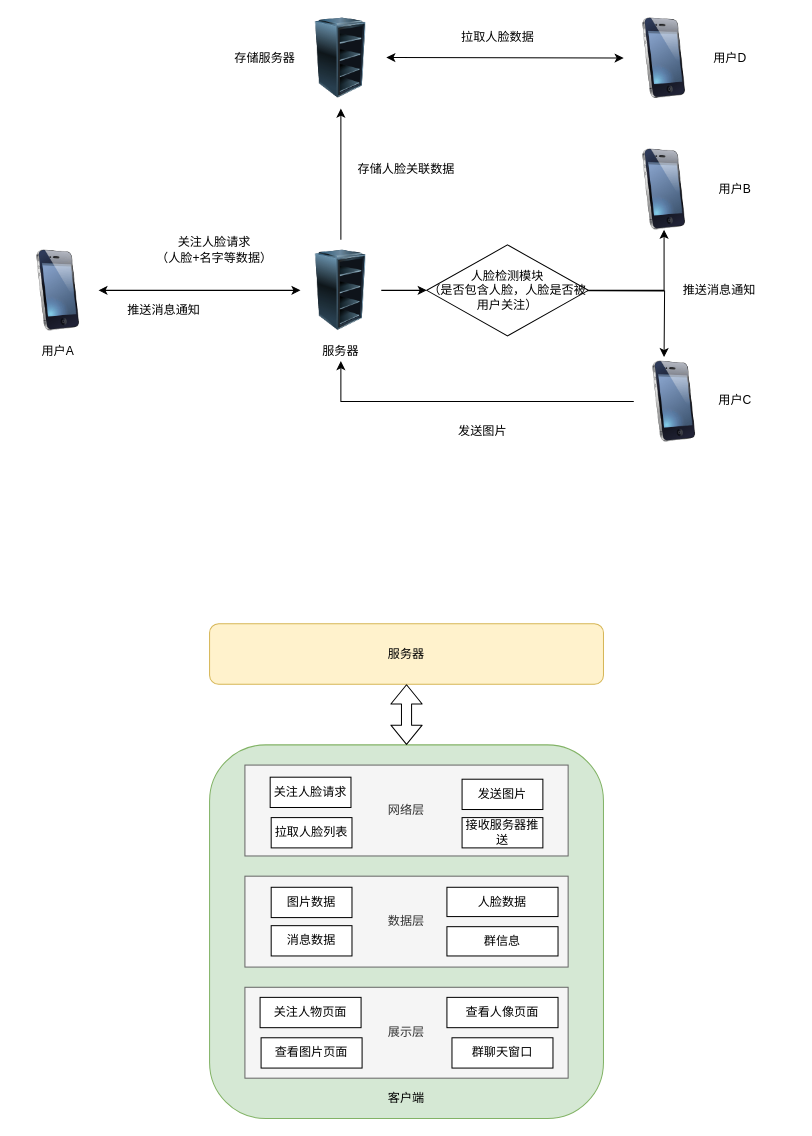
Earlier version of the draw.io diagram page "Page-6" (6 of 7) of Untitled Diagram.drawio (wind1096471134/Brainstorming). Source tidied: cells renumbered, new cells numbered last; positions are measured from the earlier drawing's top-left corner, leaving out a move shared by most shapes. Both pictures are drawn from the tidied source at 101%, with x=0, y=0 at pixel (17, 17).
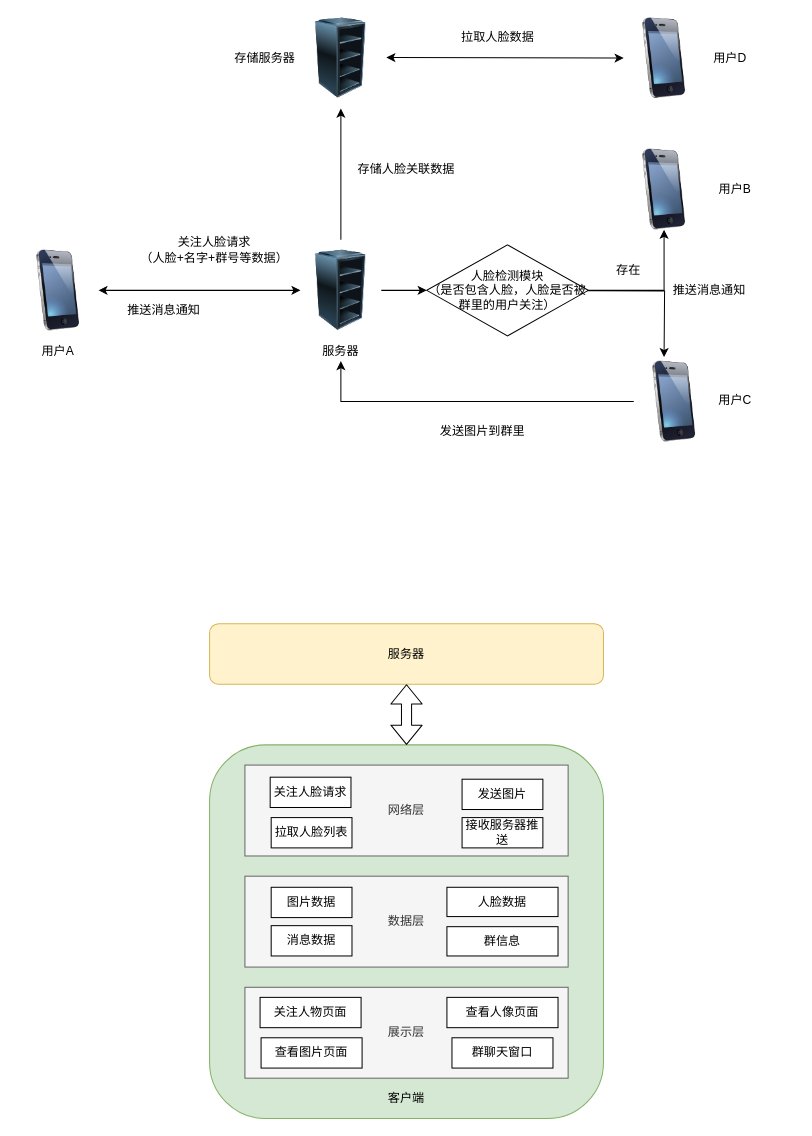
Above is the later version.

Change to the diagram source:
```diff
@@
-    <mxCell id="9" value="关注人脸请求&lt;br&gt;（人脸+名字等数据）" style="text;html=1;strokeColor=none;fillColor=none;align=center;verticalAlign=middle;whiteSpace=wrap;rounded=0;" parent="1" vertex="1">
+    <mxCell id="9" value="关注人脸请求&lt;br&gt;（人脸+名字+群号等数据）" style="text;html=1;strokeColor=none;fillColor=none;align=center;verticalAlign=middle;whiteSpace=wrap;rounded=0;" parent="1" vertex="1">
       <mxGeometry x="120" y="220" width="150" height="20" as="geometry" />
     </mxCell>
@@
-    <mxCell id="15" value="人脸检测模块&lt;br&gt;（是否包含人脸，人脸是否被用户关注）" style="rhombus;whiteSpace=wrap;html=1;" parent="1" vertex="1">
+    <mxCell id="15" value="人脸检测模块&lt;br&gt;（是否包含人脸，人脸是否被群里的用户关注）" style="rhombus;whiteSpace=wrap;html=1;" parent="1" vertex="1">
       <mxGeometry x="405" y="225" width="160" height="90" as="geometry" />
     </mxCell>
@@
-    <mxCell id="18" value="发送图片" style="text;html=1;align=center;verticalAlign=middle;" parent="1" vertex="1">
-      <mxGeometry x="430" y="400" width="60" height="20" as="geometry" />
+    <mxCell id="18" value="发送图片到群里" style="text;html=1;align=center;verticalAlign=middle;" parent="1" vertex="1">
+      <mxGeometry x="410" y="400" width="100" height="20" as="geometry" />
     </mxCell>
@@
-    <mxCell id="36" value="推送消息通知" style="text;html=1;strokeColor=none;fillColor=none;align=center;verticalAlign=middle;whiteSpace=wrap;rounded=0;" parent="1" vertex="1">
-      <mxGeometry x="620" y="260" width="150" height="20" as="geometry" />
+    <mxCell id="36" value="存在" style="text;html=1;strokeColor=none;fillColor=none;align=center;verticalAlign=middle;whiteSpace=wrap;rounded=0;" parent="1" vertex="1">
+      <mxGeometry x="530" y="240" width="150" height="20" as="geometry" />
     </mxCell>
@@
+    <mxCell id="47" value="推送消息通知" style="text;html=1;strokeColor=none;fillColor=none;align=center;verticalAlign=middle;whiteSpace=wrap;rounded=0;" parent="1" vertex="1">
+      <mxGeometry x="610" y="260" width="150" height="20" as="geometry" />
+    </mxCell>
```
